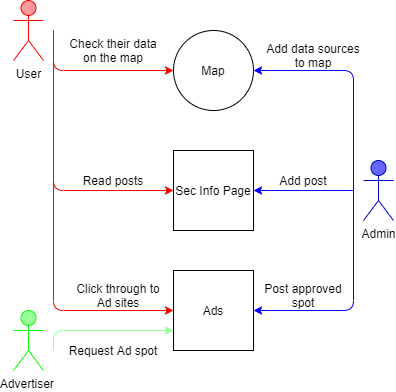
This is Use_Cases/Overall_Use_Case.png from jbonvissuto/COSC412-Jackson-Bonvissuto, a draw.io export, as it was before one commit. Source tidied: cells renumbered, new cells last; positions are measured from the earlier drawing's top-left corner, leaving out a move shared by most shapes.
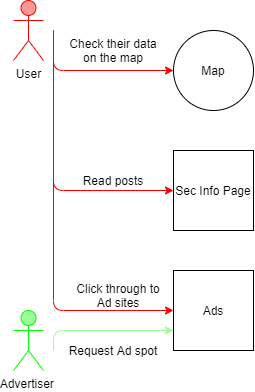
Later version of the same file.

The edit, as a diff of the source:
```diff
@@ -14,9 +14,6 @@
     <mxCell id="5" value="User&lt;br&gt;" style="shape=umlActor;verticalLabelPosition=bottom;verticalAlign=top;html=1;strokeColor=#FF0000;fillColor=#FF9999;" parent="1" vertex="1">
       <mxGeometry width="30" height="60" as="geometry" />
     </mxCell>
-    <mxCell id="6" value="Admin" style="shape=umlActor;verticalLabelPosition=bottom;verticalAlign=top;html=1;strokeColor=#0000CC;fillColor=#6666FF;" parent="1" vertex="1">
-      <mxGeometry x="350" y="160" width="30" height="60" as="geometry" />
-    </mxCell>
     <mxCell id="7" value="Advertiser&amp;nbsp;" style="shape=umlActor;verticalLabelPosition=bottom;verticalAlign=top;html=1;fillColor=#99FF99;strokeColor=#00FF00;" parent="1" vertex="1">
       <mxGeometry y="310" width="30" height="60" as="geometry" />
     </mxCell>
@@ -52,30 +49,6 @@
         </Array>
       </mxGeometry>
     </mxCell>
-    <mxCell id="12" style="endArrow=classic;html=1;strokeColor=#0000FF;fillColor=#99FF99;" parent="1" edge="1">
-      <mxGeometry relative="1" as="geometry">
-        <mxPoint x="340" y="190" as="sourcePoint" />
-        <mxPoint x="240" y="190" as="targetPoint" />
-      </mxGeometry>
-    </mxCell>
-    <mxCell id="13" style="endArrow=classic;html=1;strokeColor=#0000FF;fillColor=#99FF99;" parent="1" edge="1">
-      <mxGeometry relative="1" as="geometry">
-        <mxPoint x="340" y="190" as="sourcePoint" />
-        <mxPoint x="240" y="70" as="targetPoint" />
-        <Array as="points">
-          <mxPoint x="340" y="70" />
-        </Array>
-      </mxGeometry>
-    </mxCell>
-    <mxCell id="14" style="endArrow=classic;html=1;strokeColor=#0000FF;fillColor=#99FF99;" parent="1" edge="1">
-      <mxGeometry relative="1" as="geometry">
-        <mxPoint x="340" y="190" as="sourcePoint" />
-        <mxPoint x="240" y="310" as="targetPoint" />
-        <Array as="points">
-          <mxPoint x="340" y="310" />
-        </Array>
-      </mxGeometry>
-    </mxCell>
     <mxCell id="15" value="Check their data on the map" style="text;html=1;strokeColor=none;fillColor=none;align=center;verticalAlign=middle;whiteSpace=wrap;rounded=0;" parent="1" vertex="1">
       <mxGeometry x="50" y="40" width="100" height="20" as="geometry" />
     </mxCell>
@@ -88,14 +61,5 @@
     <mxCell id="18" value="Request Ad spot" style="text;html=1;strokeColor=none;fillColor=none;align=center;verticalAlign=middle;whiteSpace=wrap;rounded=0;" parent="1" vertex="1">
       <mxGeometry x="50" y="340" width="100" height="20" as="geometry" />
     </mxCell>
-    <mxCell id="19" value="Post approved spot" style="text;html=1;strokeColor=none;fillColor=none;align=center;verticalAlign=middle;whiteSpace=wrap;rounded=0;" parent="1" vertex="1">
-      <mxGeometry x="240" y="280" width="100" height="30" as="geometry" />
-    </mxCell>
-    <mxCell id="20" value="Add post" style="text;html=1;strokeColor=none;fillColor=none;align=center;verticalAlign=middle;whiteSpace=wrap;rounded=0;" parent="1" vertex="1">
-      <mxGeometry x="250" y="170" width="80" height="20" as="geometry" />
-    </mxCell>
-    <mxCell id="21" value="Add data sources to map" style="text;html=1;strokeColor=none;fillColor=none;align=center;verticalAlign=middle;whiteSpace=wrap;rounded=0;" parent="1" vertex="1">
-      <mxGeometry x="250" y="40" width="100" height="30" as="geometry" />
-    </mxCell>
   </root>
 </mxGraphModel>
```
